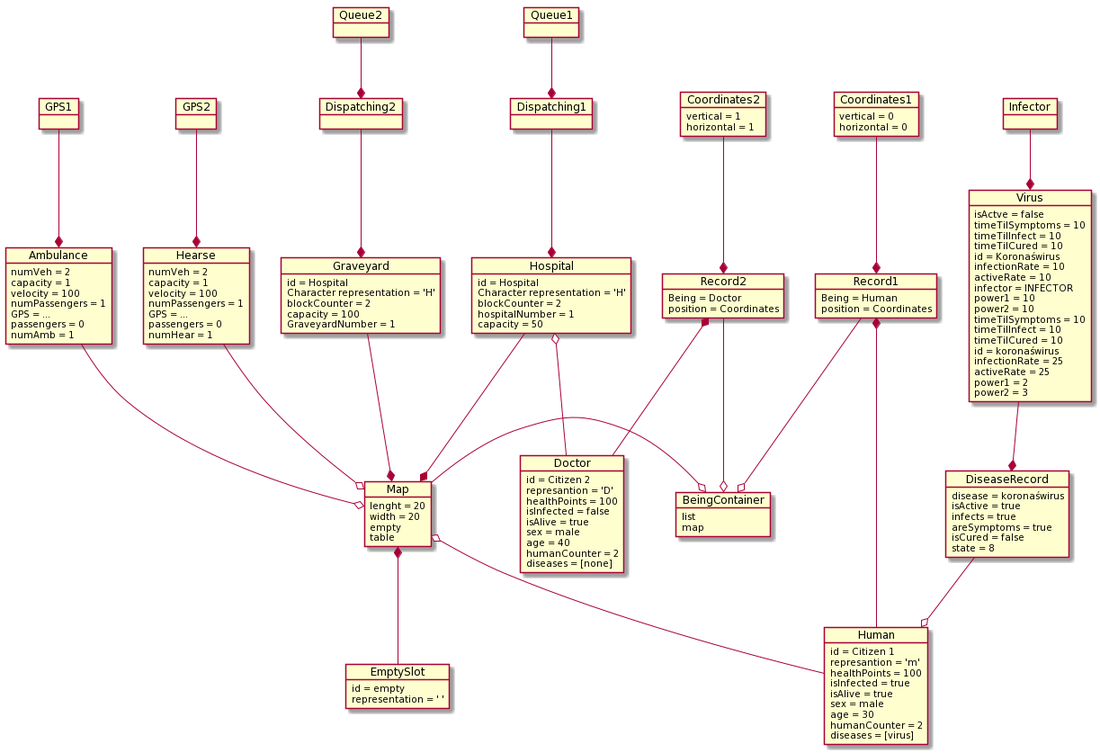
The PlantUML diagram dokumentacja/Object_diagram/Object diagram.png in karolWazny/plague-repo, before a commit.
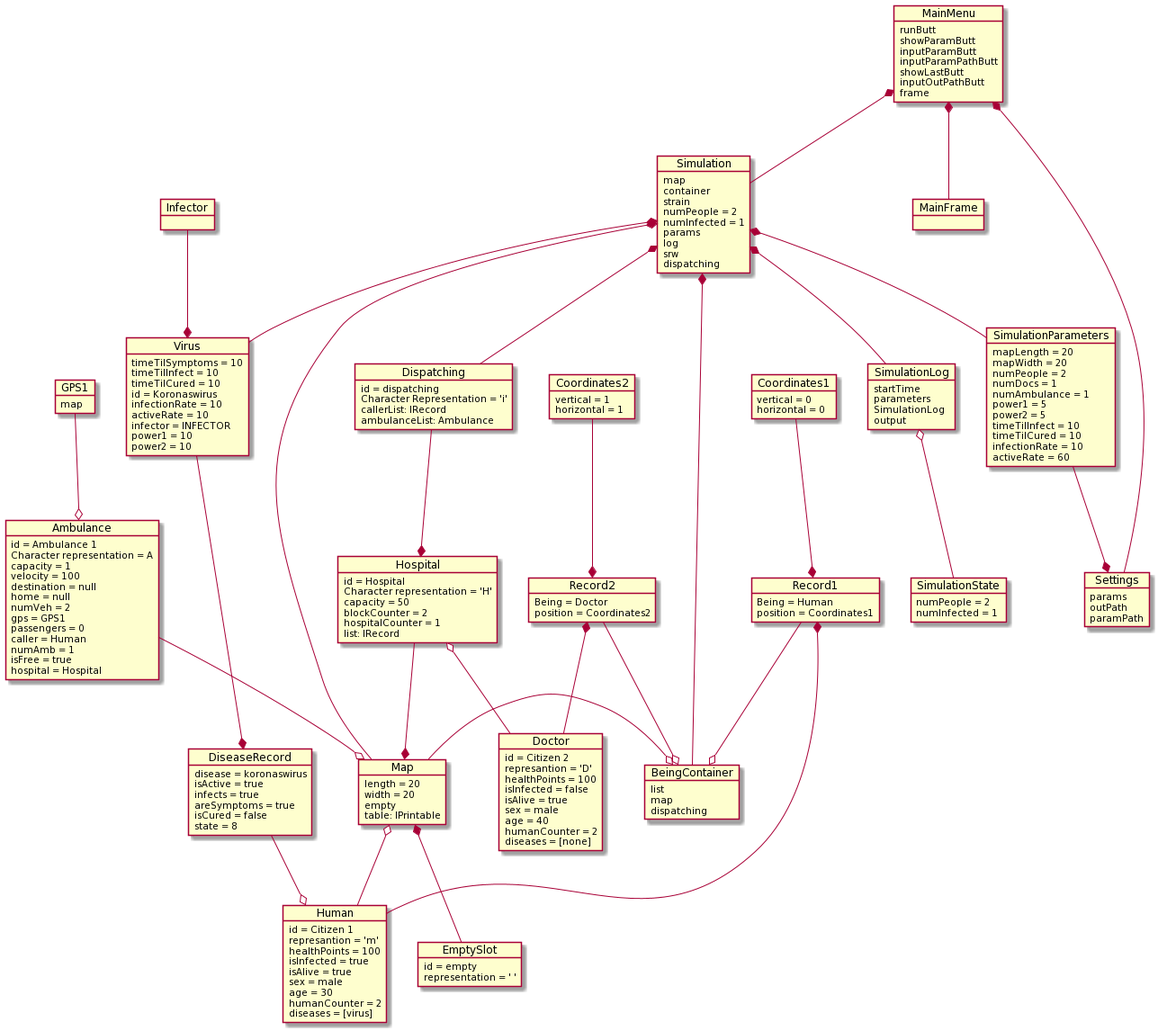
The same file after the commit.

Commit message:
diagram obiektów w dokumentacji

Change to the diagram source:
```diff
@@ -1,14 +1,93 @@
 @startuml
-object BeingContainer{
-    list
+object Virus{
+    timeTilSymptoms = 10
+    timeTilInfect = 10
+    timeTilCured = 10
+    id = Koronaswirus
+    infectionRate = 10
+    activeRate = 10
+    infector = INFECTOR
+    power1 = 10
+    power2 = 10
+}
+object Infector{
+
+}
+object DiseaseRecord{
+    disease = koronaswirus
+    isActive = true
+    infects = true
+    areSymptoms = true
+    isCured = false
+    state = 8
+}
+
+
+
+
+
+object GPS1{
     map
 }
+object Ambulance{
+    id = Ambulance 1
+    Character representation = A
+    capacity = 1
+    velocity = 100
+    destination = null
+    home = null
+    numVeh = 2
+    gps = GPS1
+    passengers = 0
+    caller = Human
+    numAmb = 1
+    isFree = true
+    hospital = Hospital
+}
+
+
+
+
+
+object Dispatching{
+    id = dispatching
+    Character Representation = 'i'
+    callerList: IRecord
+    ambulanceList: Ambulance
+}
+
+
+
+
+
+object Hospital{
+    id = Hospital
+    Character representation = 'H'
+    capacity = 50
+    blockCounter = 2
+    hospitalCounter = 1
+    list: IRecord
+}
+
+
+
+
+
 object Map{
-    lenght = 20
+    length = 20
     width = 20
     empty
-    table
+    table: IPrintable
 }
+object EmptySlot{
+    id = empty
+    representation = ' '
+}
+
+
+
+
+
 object Human{
     id = Citizen 1
     represantion = 'm'
@@ -31,110 +110,105 @@
     humanCounter = 2
     diseases = [none]
 }
-object EmptySlot{
-    id = empty
-    representation = ' '
+
+
+
+
+
+object Record1{
+    Being = Human
+    position = Coordinates1
 }
-object Hospital{
-    id = Hospital
-    Character representation = 'H'
-    blockCounter = 2
-    hospitalNumber = 1
-    capacity = 50
-}
-object Dispatching1{
-
-}
-object Dispatching2{
-
-}
-object GPS1{
-
-}
-object Ambulance{
-    numVeh = 2
-    capacity = 1
-    velocity = 100
-    numPassengers = 1
-    GPS = ...
-    passengers = 0
-    numAmb = 1
-}
-object Hearse{
-    numVeh = 2
-    capacity = 1
-    velocity = 100
-    numPassengers = 1
-    GPS = ...
-    passengers = 0
-    numHear = 1
-}
-object GPS2{
-
-}
-object Graveyard{
-    id = Hospital
-    Character representation = 'H'
-    blockCounter = 2
-    capacity = 100
-    GraveyardNumber = 1
+object Record2{
+    Being = Doctor
+    position = Coordinates2
 }
 object Coordinates1{
     vertical = 0
     horizontal = 0
 }
-object Queue1{
-
-}
-object Queue2{
-
-}
-
-object Infector{
-
-}
-object Virus{
-    isActve = false
-    timeTilSymptoms = 10
-    timeTilInfect = 10
-    timeTilCured = 10
-    id = Koronaświrus
-    infectionRate = 10
-    activeRate = 10
-    infector = INFECTOR
-    power1 = 10
-    power2 = 10
-}
-object Virus{
-    timeTilSymptoms = 10
-    timeTilInfect = 10
-    timeTilCured = 10
-    id = koronaświrus
-    infectionRate = 25
-    activeRate = 25
-    power1 = 2
-    power2 = 3
-}
-object DiseaseRecord{
-    disease = koronaświrus
-    isActive = true
-    infects = true
-    areSymptoms = true
-    isCured = false
-    state = 8
-}
-object Record1{
-    Being = Human
-    position = Coordinates
-}
-object Record2{
-    Being = Doctor
-    position = Coordinates
-}
 object Coordinates2{
     vertical = 1
     horizontal = 1
 }
+object BeingContainer{
+    list
+    map
+    dispatching
+}
+
+
+
+
+
+object MainFrame{
+
+}
+object MainMenu{
+    runButt
+    showParamButt
+    inputParamButt
+    inputParamPathButt
+    showLastButt
+    inputOutPathButt
+    frame
+}
+
+
+
+
+
+object SimulationState{
+    numPeople = 2
+    numInfected = 1
+}
+object SimulationLog{
+    startTime
+    parameters
+    SimulationLog
+    output
+}
+object SimulationParameters{
+    mapLength = 20
+    mapWidth = 20
+    numPeople = 2
+    numDocs = 1
+    numAmbulance = 1
+    power1 = 5
+    power2 = 5
+    timeTilInfect = 10
+    timeTilCured = 10
+    infectionRate = 10
+    activeRate = 60
+}
+object Simulation{
+    map
+    container
+    strain
+    numPeople = 2
+    numInfected = 1
+    params
+    log
+    srw
+    dispatching
+}
+object Settings{
+    params
+    outPath
+    paramPath
+}
+
+
+
+
+
+
+
+
+
+
+
+
 
 Map -o BeingContainer
 Map *-- EmptySlot
@@ -144,19 +218,26 @@
 Record2 *-- Doctor
 Record1 --o BeingContainer
 Hospital --* Map
-Graveyard --* Map
-GPS1 --* Ambulance
+GPS1 --o Ambulance
 Ambulance --o Map
-GPS2 --* Hearse
-Hearse --o Map
 Infector --* Virus
-Dispatching1 --* Hospital
-Dispatching2 --* Graveyard
-Queue1 --* Dispatching1
-Queue2 --* Dispatching2
+Dispatching --* Hospital
 Virus --* DiseaseRecord
 DiseaseRecord --o Human
 Coordinates1 --* Record1
 Record2 --o BeingContainer
 Coordinates2 --* Record2
+
+
+SimulationLog o-- SimulationState
+SimulationParameters --* Settings
+Simulation *-- Map
+Simulation *-- BeingContainer
+Simulation *-- SimulationParameters
+Simulation *-- SimulationLog
+Simulation *-- Dispatching
+Simulation *-- Virus
+MainMenu *-- Simulation
+MainMenu *-- Settings
+MainMenu *-- MainFrame
 @enduml
```
